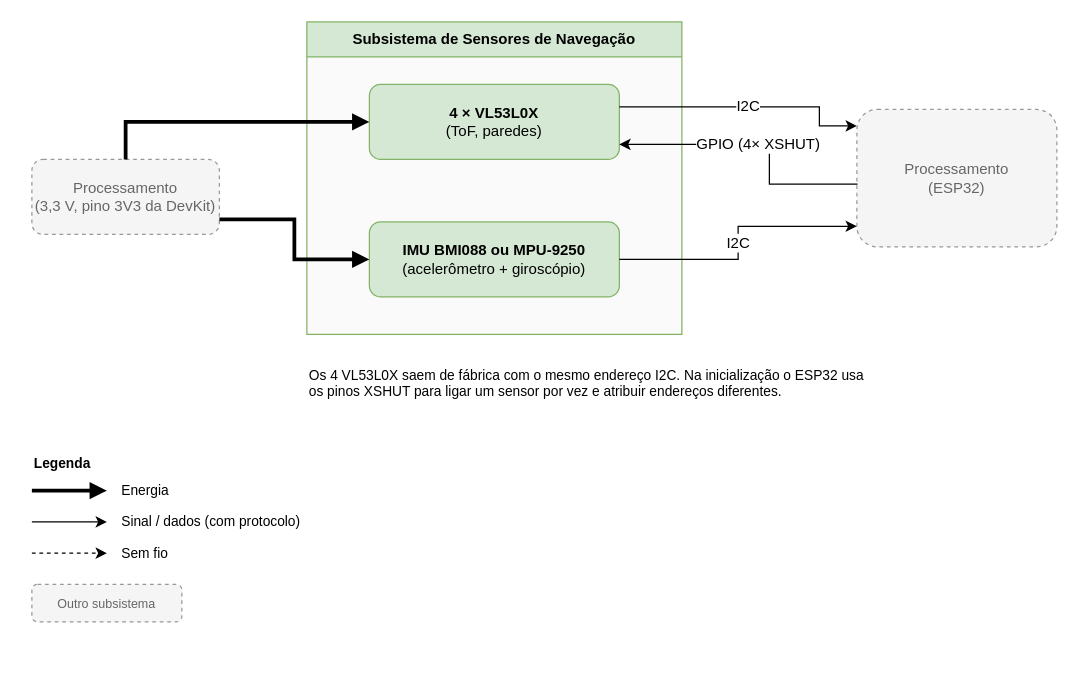
fcte-pi1/2026.2_PI1_Grupo2_Hilmer keeps this draw.io diagram as page "Sensores de Navegação" (4 of 6) of hw/Placa de Integração/Diagrama de blocos/Diagrama de blocos.drawio. Above is the earlier version. Source tidied: cells renumbered, new cells numbered last; positions are measured from the earlier drawing's top-left corner, leaving out a move shared by most shapes. Both pictures are drawn from the tidied source at 125%, with x=0, y=0 at pixel (31, 21).
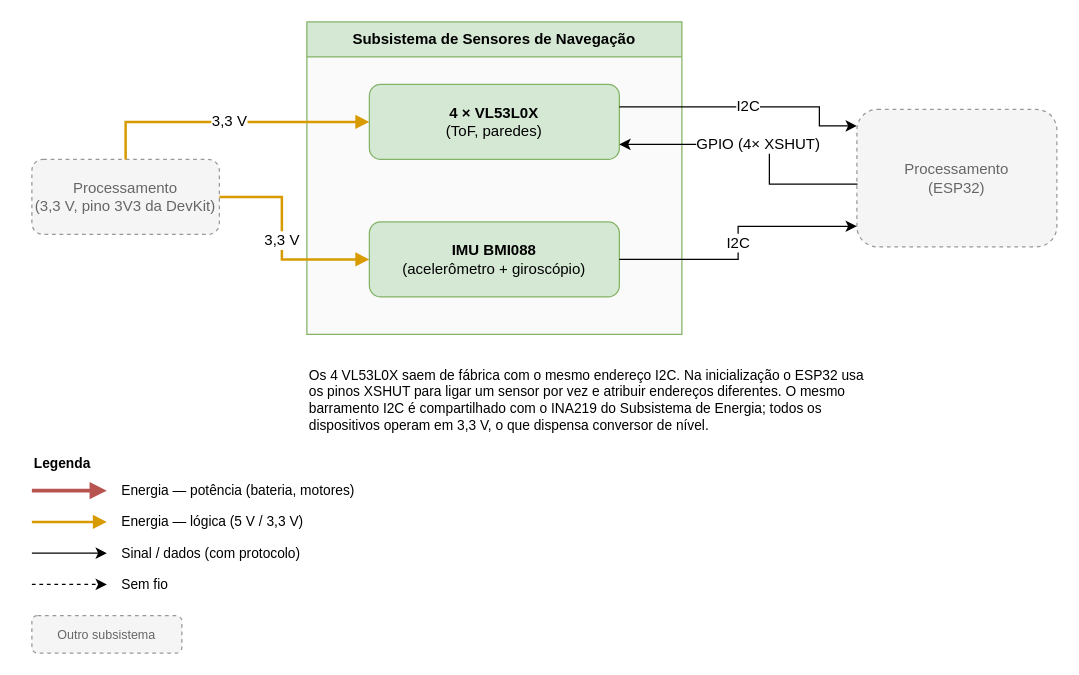
The same page after the edit.

Commit message (it also covers changes not shown here):
[Hardware] Atualiza diagrama de blocos e projeto conceitual para a arquitetura de alimentação definida

The change refers to these unchanged cells:
```xml
<mxCell id="2" value="Subsistema de Sensores de Navegação" style="swimlane;whiteSpace=wrap;html=1;startSize=28;fillColor=#d5e8d4;strokeColor=#82b366;swimlaneFillColor=#FAFAFA;fontStyle=1;" parent="1" vertex="1">
  <mxGeometry x="220" width="300" height="250" as="geometry" />
</mxCell>
<mxCell id="3" value="&lt;b&gt;4 × VL53L0X&lt;/b&gt;&lt;br&gt;(ToF, paredes)" style="rounded=1;whiteSpace=wrap;html=1;fillColor=#d5e8d4;strokeColor=#82b366;" parent="2" vertex="1">
  <mxGeometry x="50" y="50" width="200" height="60" as="geometry" />
</mxCell>
<mxCell id="5" value="Processamento&lt;br&gt;(3,3 V, pino 3V3 da DevKit)" style="rounded=1;whiteSpace=wrap;html=1;fillColor=#f5f5f5;strokeColor=#999999;dashed=1;fontColor=#666666;" parent="1" vertex="1">
  <mxGeometry y="110" width="150" height="60" as="geometry" />
</mxCell>
```

The edit, as a diff of the source:
```diff
@@
-    <mxCell id="4" value="&lt;b&gt;IMU BMI088 ou MPU-9250&lt;/b&gt;&lt;br&gt;(acelerômetro + giroscópio)" style="rounded=1;whiteSpace=wrap;html=1;fillColor=#d5e8d4;strokeColor=#82b366;" parent="2" vertex="1">
+    <mxCell id="4" value="&lt;b&gt;IMU BMI088&lt;/b&gt;&lt;br&gt;(acelerômetro + giroscópio)" style="rounded=1;whiteSpace=wrap;html=1;fillColor=#d5e8d4;strokeColor=#82b366;" parent="2" vertex="1">
       <mxGeometry x="50" y="160" width="200" height="60" as="geometry" />
     </mxCell>
@@
-    <mxCell id="7" style="edgeStyle=orthogonalEdgeStyle;rounded=0;jettySize=auto;html=1;labelBackgroundColor=#FFFFFF;fontSize=10;strokeWidth=3;endArrow=block;endFill=1;exitX=0.5;exitY=0;exitDx=0;exitDy=0;" parent="1" edge="1" source="5" target="3">
+    <mxCell id="7" value="&lt;font style=&quot;font-size: 12px;&quot;&gt;3,3 V&lt;/font&gt;" style="edgeStyle=orthogonalEdgeStyle;rounded=0;jettySize=auto;html=1;labelBackgroundColor=#FFFFFF;fontSize=10;strokeWidth=2;strokeColor=#D79B00;endArrow=block;endFill=1;exitX=0.5;exitY=0;exitDx=0;exitDy=0;" parent="1" edge="1" source="5" target="3">
       <mxGeometry relative="1" as="geometry" />
     </mxCell>
-    <mxCell id="8" style="edgeStyle=orthogonalEdgeStyle;rounded=0;jettySize=auto;html=1;labelBackgroundColor=#FFFFFF;fontSize=10;strokeWidth=3;endArrow=block;endFill=1;exitX=1;exitY=0.8;exitDx=0;exitDy=0;" parent="1" edge="1" source="5" target="4">
-      <mxGeometry relative="1" as="geometry" />
+    <mxCell id="8" value="&lt;font style=&quot;font-size: 12px;&quot;&gt;3,3 V&lt;/font&gt;" style="edgeStyle=orthogonalEdgeStyle;rounded=0;jettySize=auto;html=1;labelBackgroundColor=#FFFFFF;fontSize=10;strokeWidth=2;strokeColor=#D79B00;endArrow=block;endFill=1;exitX=1;exitY=0.5;exitDx=0;exitDy=0;" parent="1" edge="1" source="5" target="4">
+      <mxGeometry relative="1" as="geometry">
+        <Array as="points">
+          <mxPoint x="200" y="140" />
+          <mxPoint x="200" y="190" />
+        </Array>
+      </mxGeometry>
     </mxCell>
@@
-    <mxCell id="12" value="Os 4 VL53L0X saem de fábrica com o mesmo endereço I2C. Na inicialização o ESP32 usa os pinos XSHUT para ligar um sensor por vez e atribuir endereços diferentes." style="text;html=1;align=left;verticalAlign=top;whiteSpace=wrap;fontSize=11;" parent="1" vertex="1">
-      <mxGeometry x="220" y="270" width="460" height="40" as="geometry" />
+    <mxCell id="12" value="Os 4 VL53L0X saem de fábrica com o mesmo endereço I2C. Na inicialização o ESP32 usa os pinos XSHUT para ligar um sensor por vez e atribuir endereços diferentes. O mesmo barramento I2C é compartilhado com o INA219 do Subsistema de Energia; todos os dispositivos operam em 3,3 V, o que dispensa conversor de nível." style="text;html=1;align=left;verticalAlign=top;whiteSpace=wrap;fontSize=11;" parent="1" vertex="1">
+      <mxGeometry x="220" y="270" width="460" height="60" as="geometry" />
     </mxCell>
@@
-    <mxCell id="14" style="edgeStyle=orthogonalEdgeStyle;rounded=0;orthogonalLoop=1;jettySize=auto;html=1;labelBackgroundColor=#FFFFFF;fontSize=10;strokeWidth=3;endArrow=block;endFill=1;" parent="1" edge="1">
+    <mxCell id="14" style="edgeStyle=orthogonalEdgeStyle;rounded=0;orthogonalLoop=1;jettySize=auto;html=1;labelBackgroundColor=#FFFFFF;fontSize=10;strokeWidth=3;strokeColor=#B85450;endArrow=block;endFill=1;" parent="1" edge="1">
       <mxGeometry relative="1" as="geometry">
         <mxPoint y="375" as="sourcePoint" />
         <mxPoint x="60" y="375" as="targetPoint" />
       </mxGeometry>
     </mxCell>
-    <mxCell id="15" value="Energia" style="text;html=1;align=left;verticalAlign=top;whiteSpace=wrap;fontSize=11;verticalAlign=middle;" parent="1" vertex="1">
-      <mxGeometry x="70" y="365" width="200" height="20" as="geometry" />
+    <mxCell id="15" value="Energia — potência (bateria, motores)" style="text;html=1;align=left;verticalAlign=top;whiteSpace=wrap;fontSize=11;verticalAlign=middle;" parent="1" vertex="1">
+      <mxGeometry x="70" y="365" width="240" height="20" as="geometry" />
     </mxCell>
     <mxCell id="16" style="edgeStyle=orthogonalEdgeStyle;rounded=0;orthogonalLoop=1;jettySize=auto;html=1;labelBackgroundColor=#FFFFFF;fontSize=10;strokeWidth=1;endArrow=classic;endFill=1;" parent="1" edge="1">
       <mxGeometry relative="1" as="geometry">
-        <mxPoint y="400" as="sourcePoint" />
-        <mxPoint x="60" y="400" as="targetPoint" />
+        <mxPoint y="425" as="sourcePoint" />
+        <mxPoint x="60" y="425" as="targetPoint" />
       </mxGeometry>
     </mxCell>
     <mxCell id="17" value="Sinal / dados (com protocolo)" style="text;html=1;align=left;verticalAlign=top;whiteSpace=wrap;fontSize=11;verticalAlign=middle;" parent="1" vertex="1">
-      <mxGeometry x="70" y="390" width="200" height="20" as="geometry" />
+      <mxGeometry x="70" y="415" width="200" height="20" as="geometry" />
     </mxCell>
     <mxCell id="18" style="edgeStyle=orthogonalEdgeStyle;rounded=0;orthogonalLoop=1;jettySize=auto;html=1;labelBackgroundColor=#FFFFFF;fontSize=10;strokeWidth=1;endArrow=classic;endFill=1;dashed=1;" parent="1" edge="1">
       <mxGeometry relative="1" as="geometry">
-        <mxPoint y="425" as="sourcePoint" />
-        <mxPoint x="60" y="425" as="targetPoint" />
+        <mxPoint y="450" as="sourcePoint" />
+        <mxPoint x="60" y="450" as="targetPoint" />
       </mxGeometry>
     </mxCell>
     <mxCell id="19" value="Sem fio" style="text;html=1;align=left;verticalAlign=top;whiteSpace=wrap;fontSize=11;verticalAlign=middle;" parent="1" vertex="1">
-      <mxGeometry x="70" y="415" width="200" height="20" as="geometry" />
+      <mxGeometry x="70" y="440" width="200" height="20" as="geometry" />
     </mxCell>
     <mxCell id="20" value="Outro subsistema" style="rounded=1;whiteSpace=wrap;html=1;fillColor=#f5f5f5;strokeColor=#999999;dashed=1;fontColor=#666666;fontSize=10;" parent="1" vertex="1">
-      <mxGeometry y="450" width="120" height="30" as="geometry" />
+      <mxGeometry y="475" width="120" height="30" as="geometry" />
     </mxCell>
+    <mxCell id="21" style="edgeStyle=orthogonalEdgeStyle;rounded=0;orthogonalLoop=1;jettySize=auto;html=1;labelBackgroundColor=#FFFFFF;fontSize=10;strokeWidth=2;strokeColor=#D79B00;endArrow=block;endFill=1;" parent="1" edge="1">
+      <mxGeometry relative="1" as="geometry">
+        <mxPoint y="400" as="sourcePoint" />
+        <mxPoint x="60" y="400" as="targetPoint" />
+      </mxGeometry>
+    </mxCell>
+    <mxCell id="22" value="Energia — lógica (5 V / 3,3 V)" style="text;html=1;align=left;verticalAlign=top;whiteSpace=wrap;fontSize=11;verticalAlign=middle;" parent="1" vertex="1">
+      <mxGeometry x="70" y="390" width="240" height="20" as="geometry" />
+    </mxCell>
```
